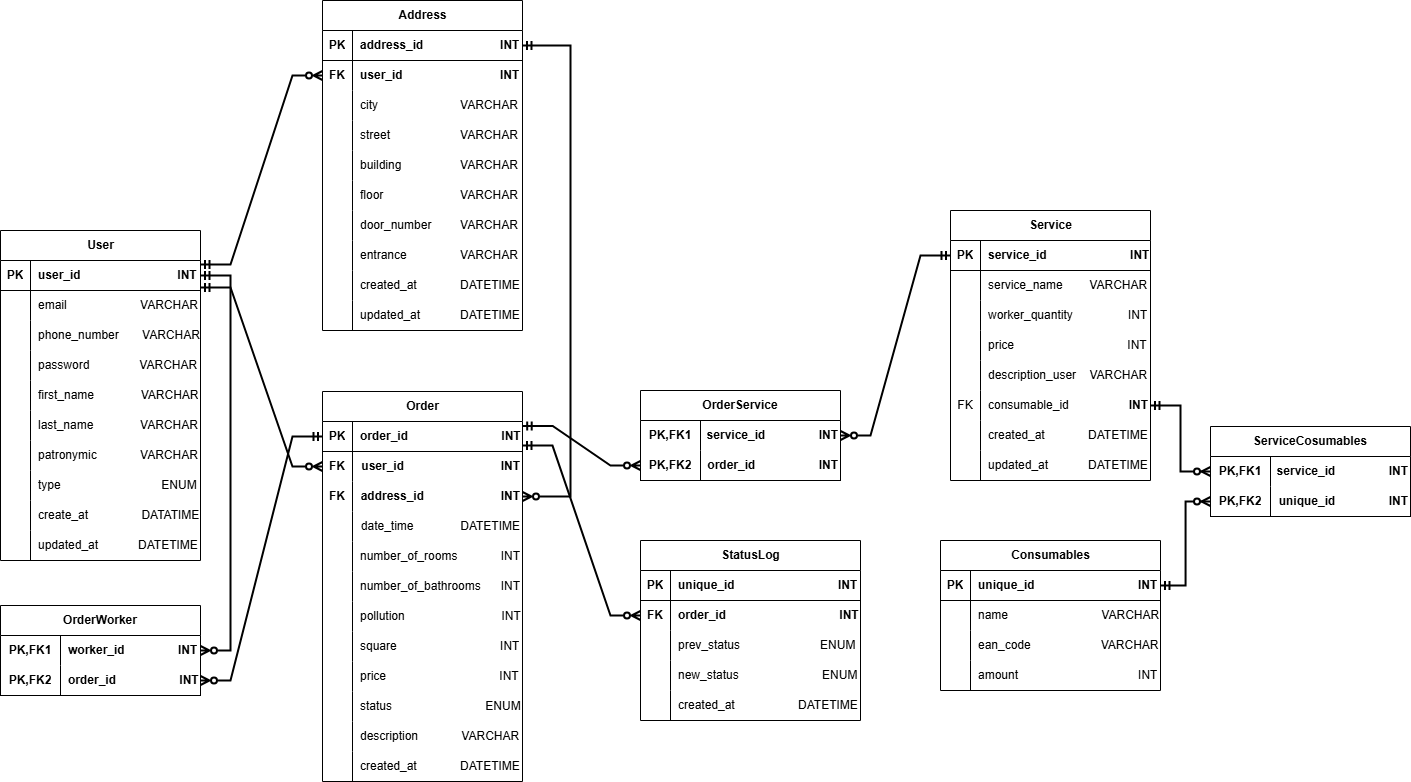
Above: assets/sql.png in moevm/nosql2h24-cleaning (draw.io), before the change. Source tidied: cells renumbered, new cells last; positions are measured from the earlier drawing's top-left corner, leaving out a move shared by most shapes.
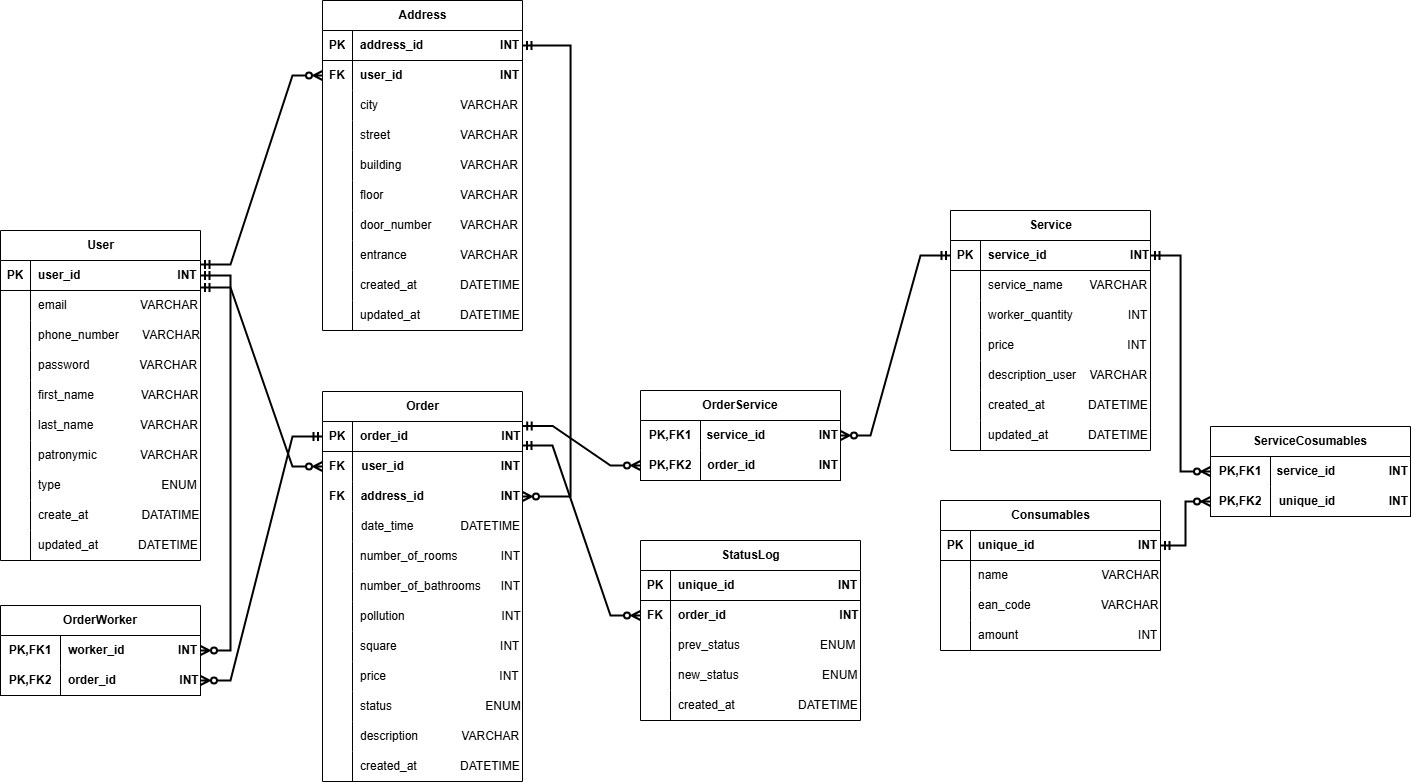
After the commit.

What changed in the source:
```diff
@@ -308,7 +308,7 @@
       </mxGeometry>
     </mxCell>
     <mxCell id="103" value="Service" style="shape=table;startSize=30;rowLines=0;fontStyle=1;align=center;html=1;" parent="1" vertex="1">
-      <mxGeometry x="950" y="210" width="200" height="270" as="geometry" />
+      <mxGeometry x="950" y="210" width="200" height="240" as="geometry" />
     </mxCell>
     <mxCell id="104" style="shape=tableRow;horizontal=0;startSize=0;swimlaneHead=0;swimlaneBody=0;fillColor=none;points=[[0,0.5],[1,0.5]];portConstraint=eastwest;top=0;left=0;right=0;bottom=1;" parent="103" vertex="1">
       <mxGeometry y="30" width="200" height="30" as="geometry" />
@@ -355,17 +355,8 @@
     <mxCell id="118" value="description_user&amp;nbsp; &amp;nbsp; VARCHAR" style="shape=partialRectangle;fillColor=none;top=0;left=0;bottom=0;right=0;align=left;spacingLeft=6;overflow=hidden;whiteSpace=wrap;html=1;" parent="116" vertex="1">
       <mxGeometry x="30" width="170" height="30" as="geometry" />
     </mxCell>
-    <mxCell id="119" style="shape=tableRow;horizontal=0;startSize=0;swimlaneHead=0;swimlaneBody=0;fillColor=none;points=[[0,0.5],[1,0.5]];portConstraint=eastwest;top=0;left=0;right=0;bottom=0;" parent="103" vertex="1">
-      <mxGeometry y="180" width="200" height="30" as="geometry" />
-    </mxCell>
-    <mxCell id="120" value="FK" style="shape=partialRectangle;fillColor=none;top=0;left=0;bottom=0;right=0;overflow=hidden;whiteSpace=wrap;html=1;" parent="119" vertex="1">
-      <mxGeometry width="30" height="30" as="geometry" />
-    </mxCell>
-    <mxCell id="121" value="&lt;span style=&quot;text-align: justify; white-space-collapse: preserve;&quot;&gt;consumable_id      &lt;/span&gt;&amp;nbsp; &amp;nbsp; &amp;nbsp; &amp;nbsp; &amp;nbsp; &amp;nbsp; &lt;span style=&quot;font-weight: 700;&quot;&gt;INT&lt;/span&gt;" style="shape=partialRectangle;fillColor=none;top=0;left=0;bottom=0;right=0;align=left;spacingLeft=6;overflow=hidden;whiteSpace=wrap;html=1;" parent="119" vertex="1">
-      <mxGeometry x="30" width="170" height="30" as="geometry" />
-    </mxCell>
     <mxCell id="122" style="shape=tableRow;horizontal=0;startSize=0;swimlaneHead=0;swimlaneBody=0;fillColor=none;top=0;left=0;right=0;bottom=0;" parent="103" vertex="1">
-      <mxGeometry y="210" width="200" height="30" as="geometry" />
+      <mxGeometry y="180" width="200" height="30" as="geometry" />
     </mxCell>
     <mxCell id="123" style="shape=partialRectangle;fillColor=none;top=0;left=0;bottom=0;right=0;overflow=hidden;whiteSpace=wrap;html=1;" parent="122" vertex="1">
       <mxGeometry width="30" height="30" as="geometry" />
@@ -374,7 +365,7 @@
       <mxGeometry x="30" width="170" height="30" as="geometry" />
     </mxCell>
     <mxCell id="125" style="shape=tableRow;horizontal=0;startSize=0;swimlaneHead=0;swimlaneBody=0;fillColor=none;top=0;left=0;right=0;bottom=0;" parent="103" vertex="1">
-      <mxGeometry y="240" width="200" height="30" as="geometry" />
+      <mxGeometry y="210" width="200" height="30" as="geometry" />
     </mxCell>
     <mxCell id="126" style="shape=partialRectangle;fillColor=none;top=0;left=0;bottom=0;right=0;overflow=hidden;whiteSpace=wrap;html=1;" parent="125" vertex="1">
       <mxGeometry width="30" height="30" as="geometry" />
@@ -514,8 +505,8 @@
         </Array>
       </mxGeometry>
     </mxCell>
-    <mxCell id="164" value="&lt;span style=&quot;text-align: justify; white-space: pre-wrap;&quot;&gt;&lt;b&gt;Consumables &lt;/b&gt;&lt;/span&gt;" style="shape=table;startSize=30;rowLines=0;fontStyle=0;align=center;html=1;" parent="1" vertex="1">
-      <mxGeometry x="940" y="540" width="220" height="150" as="geometry" />
+    <mxCell id="164" value="&lt;b style=&quot;text-align: justify; white-space: pre-wrap;&quot;&gt;Consumables &lt;/b&gt;" style="shape=table;startSize=30;rowLines=0;fontStyle=0;align=center;html=1;" parent="1" vertex="1">
+      <mxGeometry x="940" y="500" width="220" height="150" as="geometry" />
     </mxCell>
     <mxCell id="165" style="shape=tableRow;horizontal=0;startSize=0;swimlaneHead=0;swimlaneBody=0;fillColor=none;points=[[0,0.5],[1,0.5]];portConstraint=eastwest;top=0;left=0;right=0;bottom=1;" parent="164" vertex="1">
       <mxGeometry y="30" width="220" height="30" as="geometry" />
@@ -556,8 +547,13 @@
     <mxCell id="177" style="fontSize=12;html=1;endArrow=ERzeroToMany;startArrow=ERmandOne;rounded=0;exitX=1;exitY=0.5;exitDx=0;exitDy=0;strokeWidth=2;entryX=0;entryY=0.5;entryDx=0;entryDy=0;edgeStyle=orthogonalEdgeStyle;" parent="1" edge="1" source="165" target="183">
       <mxGeometry relative="1" as="geometry" />
     </mxCell>
-    <mxCell id="178" style="fontSize=12;html=1;endArrow=ERzeroToMany;startArrow=ERmandOne;rounded=0;exitX=1;exitY=0.5;exitDx=0;exitDy=0;strokeWidth=2;entryX=0;entryY=0.5;entryDx=0;entryDy=0;edgeStyle=orthogonalEdgeStyle;" parent="1" edge="1" source="119" target="180">
-      <mxGeometry relative="1" as="geometry" />
+    <mxCell id="178" style="fontSize=12;html=1;endArrow=ERzeroToMany;startArrow=ERmandOne;rounded=0;strokeWidth=2;entryX=0;entryY=0.5;entryDx=0;entryDy=0;edgeStyle=orthogonalEdgeStyle;exitX=1;exitY=0.5;exitDx=0;exitDy=0;" parent="1" edge="1" source="104" target="180">
+      <mxGeometry relative="1" as="geometry">
+        <Array as="points">
+          <mxPoint x="1180" y="255" />
+          <mxPoint x="1180" y="471" />
+        </Array>
+      </mxGeometry>
     </mxCell>
     <mxCell id="179" value="ServiceCosumables" style="shape=table;startSize=30;rowLines=0;fontStyle=1;align=center;html=1;whiteSpace=wrap;" parent="1" vertex="1">
       <mxGeometry x="1210" y="426" width="200" height="90" as="geometry" />
```
